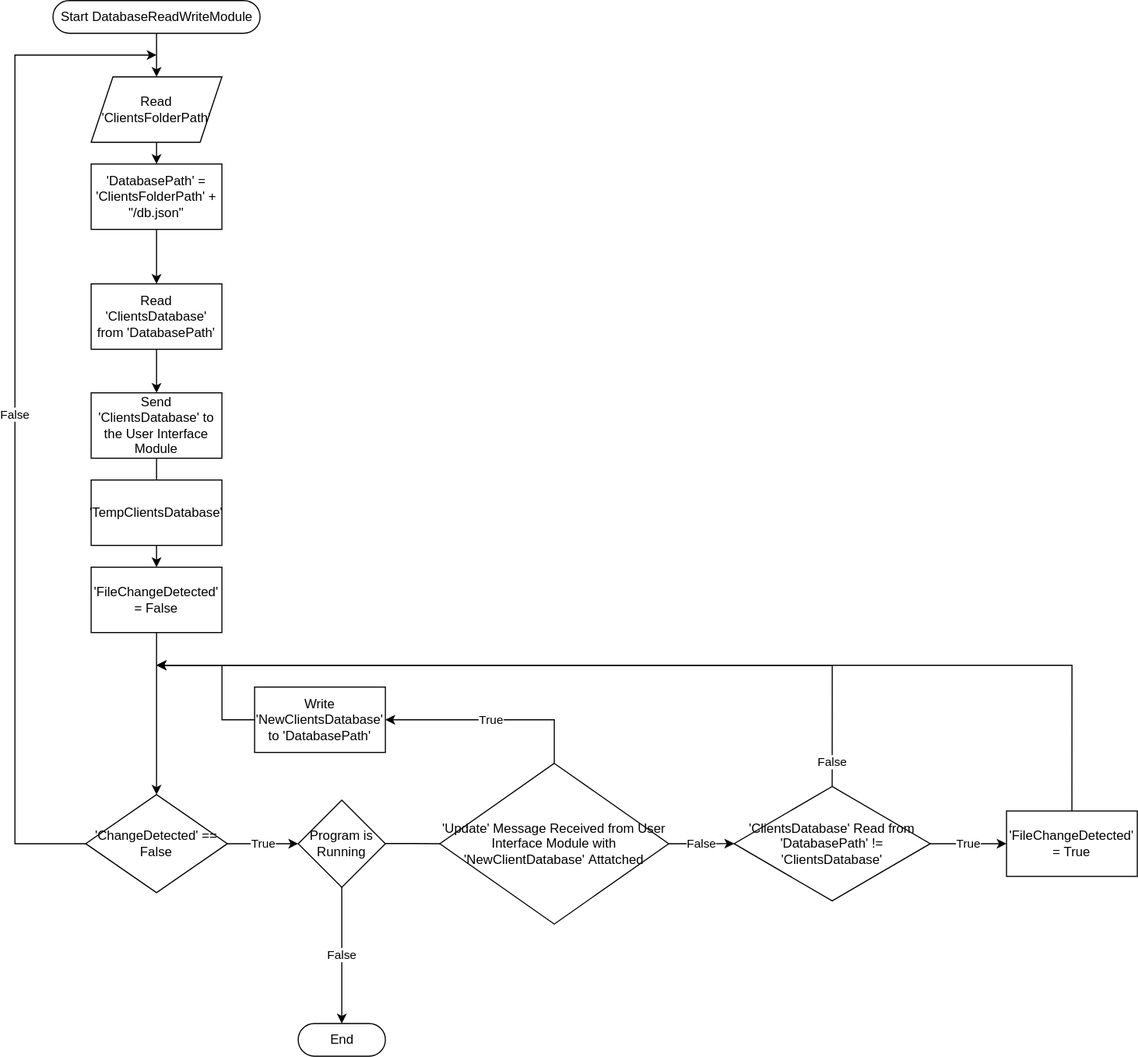
Before: docs/module-2/flowchart.drawio.svg, a diagram exported from draw.io (amydevs/property-client-manager). Source tidied: cells renumbered, new cells last; positions are measured from the earlier drawing's top-left corner, leaving out a move shared by most shapes. The source it was exported from:
```xml
<mxGraphModel>
  <root>
    <mxCell id="0" />
    <mxCell id="1" parent="0" />
    <mxCell id="2" style="edgeStyle=orthogonalEdgeStyle;html=1;rounded=0;" parent="1" edge="1" source="3" target="6">
      <mxGeometry relative="1" as="geometry" />
    </mxCell>
    <mxCell id="3" value="Start DatabaseReadWriteModule" style="html=1;dashed=0;whitespace=wrap;shape=mxgraph.dfd.start;" parent="1" vertex="1">
      <mxGeometry x="35" width="190" height="30" as="geometry" />
    </mxCell>
    <mxCell id="4" value="End" style="html=1;dashed=0;whitespace=wrap;shape=mxgraph.dfd.start;" parent="1" vertex="1">
      <mxGeometry x="260" y="938.8" width="80" height="30" as="geometry" />
    </mxCell>
    <mxCell id="5" style="edgeStyle=orthogonalEdgeStyle;html=1;rounded=0;" parent="1" edge="1" source="6" target="8">
      <mxGeometry relative="1" as="geometry" />
    </mxCell>
    <mxCell id="6" value="Read 'ClientsFolderPath'" style="shape=parallelogram;perimeter=parallelogramPerimeter;whiteSpace=wrap;html=1;fixedSize=1;" parent="1" vertex="1">
      <mxGeometry x="70" y="70" width="120" height="60" as="geometry" />
    </mxCell>
    <mxCell id="7" style="edgeStyle=orthogonalEdgeStyle;html=1;rounded=0;" parent="1" edge="1" source="8" target="10">
      <mxGeometry relative="1" as="geometry" />
    </mxCell>
    <mxCell id="8" value="'DatabasePath' = 'ClientsFolderPath' + &quot;/db.json&quot;" style="rounded=0;whiteSpace=wrap;html=1;" parent="1" vertex="1">
      <mxGeometry x="70" y="150" width="120" height="60" as="geometry" />
    </mxCell>
    <mxCell id="9" style="edgeStyle=orthogonalEdgeStyle;html=1;rounded=0;" parent="1" edge="1" source="10" target="12">
      <mxGeometry relative="1" as="geometry" />
    </mxCell>
    <mxCell id="10" value="Read 'ClientsDatabase' from 'DatabasePath'" style="rounded=0;whiteSpace=wrap;html=1;" parent="1" vertex="1">
      <mxGeometry x="70" y="260" width="120" height="60" as="geometry" />
    </mxCell>
    <mxCell id="11" style="edgeStyle=orthogonalEdgeStyle;rounded=0;html=1;startArrow=none;" parent="1" edge="1" source="24" target="17">
      <mxGeometry relative="1" as="geometry" />
    </mxCell>
    <mxCell id="12" value="Send 'ClientsDatabase' to the User Interface Module" style="rounded=0;whiteSpace=wrap;html=1;" parent="1" vertex="1">
      <mxGeometry x="70" y="360" width="120" height="60" as="geometry" />
    </mxCell>
    <mxCell id="13" value="True" style="edgeStyle=orthogonalEdgeStyle;rounded=0;html=1;" parent="1" edge="1" source="15" target="20">
      <mxGeometry relative="1" as="geometry" />
    </mxCell>
    <mxCell id="14" value="False" style="edgeStyle=orthogonalEdgeStyle;rounded=0;html=1;exitX=0;exitY=0.5;exitDx=0;exitDy=0;" parent="1" edge="1" source="15">
      <mxGeometry relative="1" as="geometry">
        <mxPoint x="130" y="50" as="targetPoint" />
        <Array as="points">
          <mxPoint y="774" />
          <mxPoint y="50" />
          <mxPoint x="130" y="50" />
        </Array>
      </mxGeometry>
    </mxCell>
    <mxCell id="15" value="&lt;span&gt;'ChangeDetected' == False&lt;/span&gt;" style="rhombus;whiteSpace=wrap;html=1;" parent="1" vertex="1">
      <mxGeometry x="65" y="728.8" width="130" height="90" as="geometry" />
    </mxCell>
    <mxCell id="16" style="edgeStyle=orthogonalEdgeStyle;rounded=0;html=1;" parent="1" edge="1" source="17" target="15">
      <mxGeometry relative="1" as="geometry" />
    </mxCell>
    <mxCell id="17" value="'FileChangeDetected' = False" style="rounded=0;whiteSpace=wrap;html=1;" parent="1" vertex="1">
      <mxGeometry x="70" y="520" width="120" height="60" as="geometry" />
    </mxCell>
    <mxCell id="18" value="False" style="edgeStyle=orthogonalEdgeStyle;rounded=0;html=1;exitX=0.5;exitY=1;exitDx=0;exitDy=0;entryX=0.5;entryY=0.5;entryDx=0;entryDy=-15;entryPerimeter=0;" parent="1" edge="1" source="20" target="4">
      <mxGeometry relative="1" as="geometry" />
    </mxCell>
    <mxCell id="19" value="False" style="edgeStyle=orthogonalEdgeStyle;rounded=0;html=1;startArrow=none;" parent="1" edge="1" source="29" target="23">
      <mxGeometry relative="1" as="geometry" />
    </mxCell>
    <mxCell id="20" value="Program is Running" style="rhombus;whiteSpace=wrap;html=1;" parent="1" vertex="1">
      <mxGeometry x="260" y="733.8" width="80" height="80" as="geometry" />
    </mxCell>
    <mxCell id="21" value="True" style="edgeStyle=orthogonalEdgeStyle;rounded=0;html=1;" parent="1" edge="1" source="23" target="27">
      <mxGeometry relative="1" as="geometry" />
    </mxCell>
    <mxCell id="22" value="False" style="edgeStyle=orthogonalEdgeStyle;rounded=0;html=1;exitX=0.5;exitY=0;exitDx=0;exitDy=0;" parent="1" edge="1" source="23">
      <mxGeometry x="-0.93" relative="1" as="geometry">
        <mxPoint x="130" y="610" as="targetPoint" />
        <Array as="points">
          <mxPoint x="750" y="610" />
        </Array>
        <mxPoint y="1" as="offset" />
      </mxGeometry>
    </mxCell>
    <mxCell id="23" value="'ClientsDatabase' Read from 'DatabasePath' != 'ClientsDatabase'" style="rhombus;whiteSpace=wrap;html=1;" parent="1" vertex="1">
      <mxGeometry x="660" y="721.2" width="180" height="105" as="geometry" />
    </mxCell>
    <mxCell id="24" value="'TempClientsDatabase'" style="rounded=0;whiteSpace=wrap;html=1;" parent="1" vertex="1">
      <mxGeometry x="70" y="440" width="120" height="60" as="geometry" />
    </mxCell>
    <mxCell id="25" style="edgeStyle=orthogonalEdgeStyle;rounded=0;html=1;endArrow=none;" parent="1" edge="1" source="12" target="24">
      <mxGeometry relative="1" as="geometry" />
    </mxCell>
    <mxCell id="26" style="edgeStyle=orthogonalEdgeStyle;rounded=0;html=1;exitX=0.5;exitY=0;exitDx=0;exitDy=0;" parent="1" edge="1" source="27">
      <mxGeometry relative="1" as="geometry">
        <mxPoint x="130" y="610" as="targetPoint" />
        <Array as="points">
          <mxPoint x="970" y="610" />
        </Array>
      </mxGeometry>
    </mxCell>
    <mxCell id="27" value="'FileChangeDetected' = True" style="rounded=0;whiteSpace=wrap;html=1;" parent="1" vertex="1">
      <mxGeometry x="910" y="743.8" width="120" height="60" as="geometry" />
    </mxCell>
    <mxCell id="28" value="True" style="edgeStyle=orthogonalEdgeStyle;rounded=0;html=1;exitX=0.5;exitY=0;exitDx=0;exitDy=0;entryX=1;entryY=0.5;entryDx=0;entryDy=0;" parent="1" edge="1" source="29" target="32">
      <mxGeometry relative="1" as="geometry" />
    </mxCell>
    <mxCell id="29" value="'Update' Message Received from User Interface Module with 'NewClientDatabase'&amp;nbsp;Attatched" style="rhombus;whiteSpace=wrap;html=1;" parent="1" vertex="1">
      <mxGeometry x="390" y="700" width="210" height="147.5" as="geometry" />
    </mxCell>
    <mxCell id="30" style="edgeStyle=orthogonalEdgeStyle;rounded=0;html=1;endArrow=none;" parent="1" edge="1" source="20" target="29">
      <mxGeometry relative="1" as="geometry" />
    </mxCell>
    <mxCell id="31" style="edgeStyle=orthogonalEdgeStyle;rounded=0;html=1;exitX=0;exitY=0.5;exitDx=0;exitDy=0;" parent="1" edge="1" source="32">
      <mxGeometry relative="1" as="geometry">
        <mxPoint x="130" y="610" as="targetPoint" />
        <Array as="points">
          <mxPoint x="190" y="660" />
          <mxPoint x="190" y="610" />
        </Array>
      </mxGeometry>
    </mxCell>
    <mxCell id="32" value="Write 'NewClientsDatabase' to 'DatabasePath'" style="rounded=0;whiteSpace=wrap;html=1;" parent="1" vertex="1">
      <mxGeometry x="220" y="630" width="120" height="60" as="geometry" />
    </mxCell>
  </root>
</mxGraphModel>
```
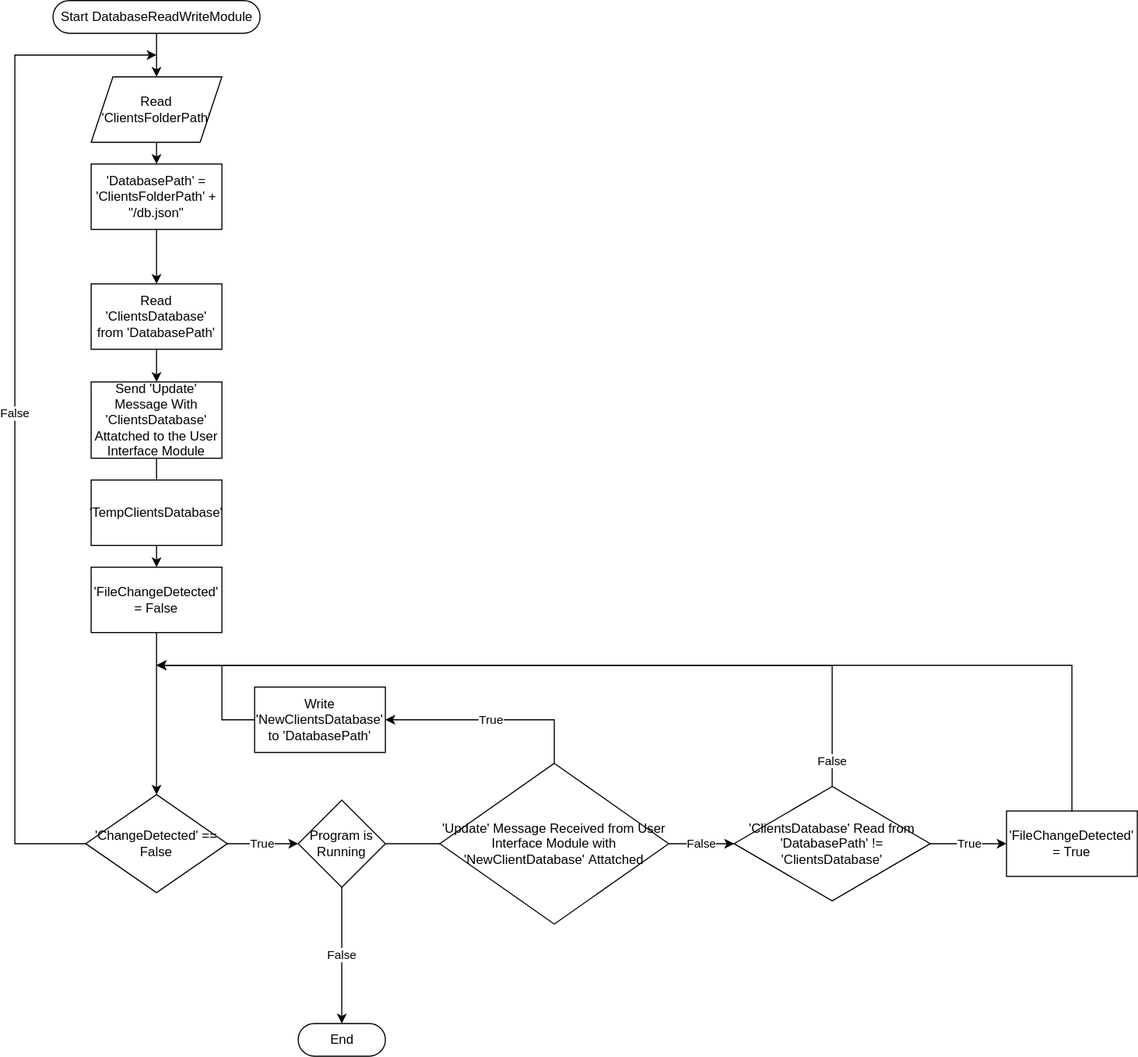
Above is the later version.

Change to the diagram source:
```diff
@@ -32,8 +32,8 @@
     <mxCell id="11" style="edgeStyle=orthogonalEdgeStyle;rounded=0;html=1;startArrow=none;" parent="1" edge="1" source="24" target="17">
       <mxGeometry relative="1" as="geometry" />
     </mxCell>
-    <mxCell id="12" value="Send 'ClientsDatabase' to the User Interface Module" style="rounded=0;whiteSpace=wrap;html=1;" parent="1" vertex="1">
-      <mxGeometry x="70" y="360" width="120" height="60" as="geometry" />
+    <mxCell id="12" value="Send 'Update' Message With 'ClientsDatabase' Attatched to the User Interface Module" style="rounded=0;whiteSpace=wrap;html=1;" parent="1" vertex="1">
+      <mxGeometry x="70" y="350" width="120" height="70" as="geometry" />
     </mxCell>
     <mxCell id="13" value="True" style="edgeStyle=orthogonalEdgeStyle;rounded=0;html=1;" parent="1" edge="1" source="15" target="20">
       <mxGeometry relative="1" as="geometry" />
```
